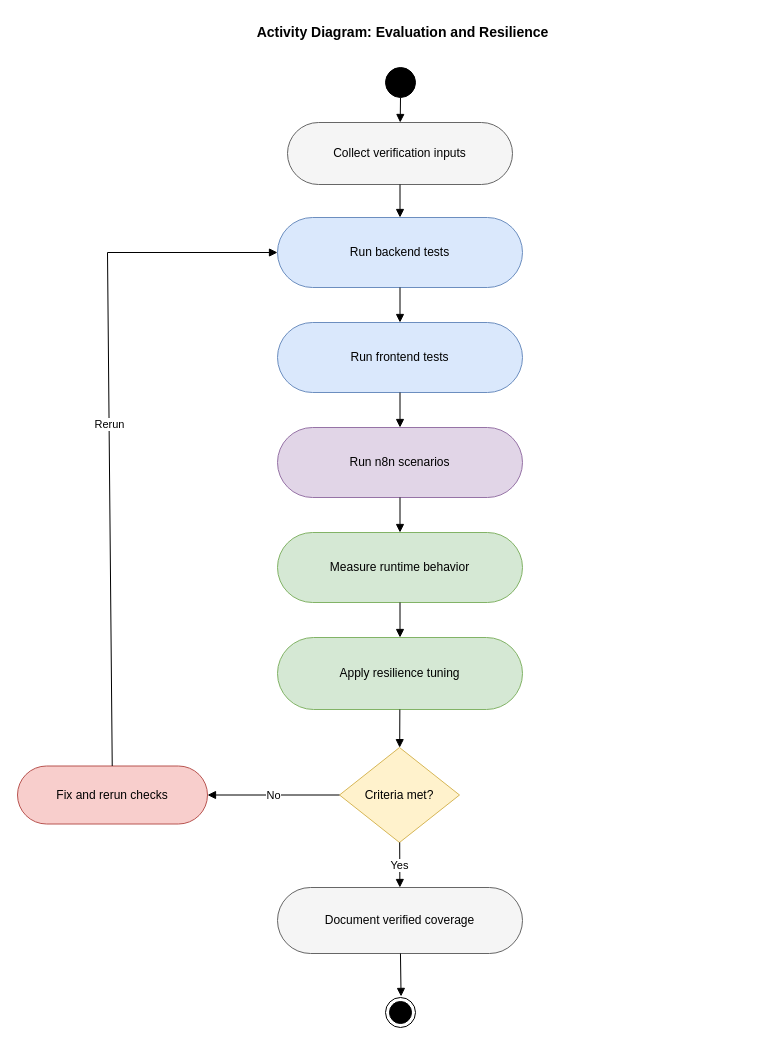
The draw.io diagram report-latex/figures/drawio/chapter6_evaluation_resilience_activity.drawio in Salmen-BA21/Queue-Wait-Time-Estimation, before the edit. Source tidied: cells renumbered, new cells numbered last; positions are measured from the earlier drawing's top-left corner, leaving out a move shared by most shapes. Both pictures are drawn from the tidied source at 100%, with x=0, y=0 at pixel (17, 17).
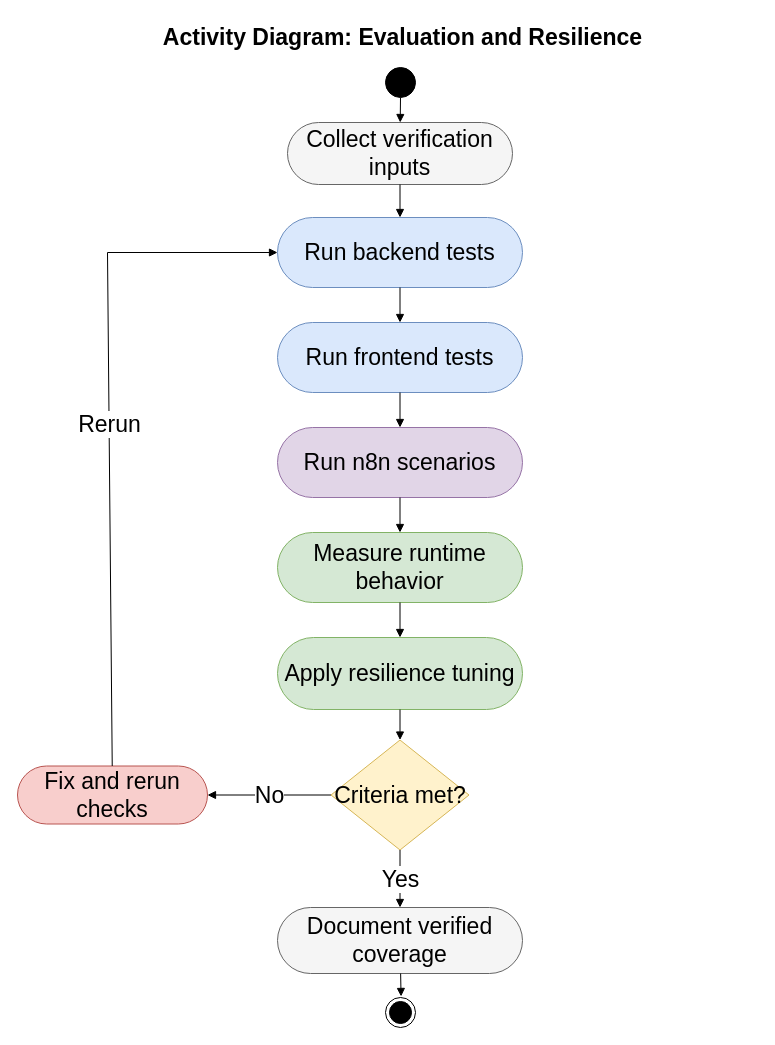
The same page after the edit.

Diff of the diagram source:
```diff
@@
-    <mxCell id="2" value="Activity Diagram: Evaluation and Resilience" style="text;fontSize=14;fontStyle=1;align=center;html=1;" parent="1" vertex="1">
+    <mxCell id="2" value="Activity Diagram: Evaluation and Resilience" style="text;fontSize=23;fontStyle=1;align=center;html=1;" parent="1" vertex="1">
       <mxGeometry x="30" width="710" height="30" as="geometry" />
     </mxCell>
-    <mxCell id="3" style="ellipse;shape=doubleEllipse;fillColor=#000000;html=1;" parent="1" vertex="1">
+    <mxCell id="3" style="ellipse;shape=doubleEllipse;fillColor=#000000;html=1;fontSize=23;" parent="1" vertex="1">
       <mxGeometry x="368" y="50" width="30" height="30" as="geometry" />
     </mxCell>
-    <mxCell id="4" value="Collect verification inputs" style="rounded=1;arcSize=50;fillColor=#f5f5f5;strokeColor=#666666;html=1;whiteSpace=wrap;align=center;verticalAlign=middle;" parent="1" vertex="1">
+    <mxCell id="4" value="Collect verification inputs" style="rounded=1;arcSize=50;fillColor=#f5f5f5;strokeColor=#666666;html=1;whiteSpace=wrap;align=center;verticalAlign=middle;fontSize=23;" parent="1" vertex="1">
       <mxGeometry x="270" y="105" width="225" height="62" as="geometry" />
     </mxCell>
-    <mxCell id="5" value="Run backend tests" style="rounded=1;arcSize=50;fillColor=#dae8fc;strokeColor=#6c8ebf;html=1;whiteSpace=wrap;align=center;verticalAlign=middle;" parent="1" vertex="1">
+    <mxCell id="5" value="Run backend tests" style="rounded=1;arcSize=50;fillColor=#dae8fc;strokeColor=#6c8ebf;html=1;whiteSpace=wrap;align=center;verticalAlign=middle;fontSize=23;" parent="1" vertex="1">
       <mxGeometry x="260" y="200" width="245" height="70" as="geometry" />
     </mxCell>
-    <mxCell id="6" value="Run frontend tests" style="rounded=1;arcSize=50;fillColor=#dae8fc;strokeColor=#6c8ebf;html=1;whiteSpace=wrap;align=center;verticalAlign=middle;" parent="1" vertex="1">
+    <mxCell id="6" value="Run frontend tests" style="rounded=1;arcSize=50;fillColor=#dae8fc;strokeColor=#6c8ebf;html=1;whiteSpace=wrap;align=center;verticalAlign=middle;fontSize=23;" parent="1" vertex="1">
       <mxGeometry x="260" y="305" width="245" height="70" as="geometry" />
     </mxCell>
-    <mxCell id="7" value="Run n8n scenarios" style="rounded=1;arcSize=50;fillColor=#e1d5e7;strokeColor=#9673a6;html=1;whiteSpace=wrap;align=center;verticalAlign=middle;" parent="1" vertex="1">
+    <mxCell id="7" value="Run n8n scenarios" style="rounded=1;arcSize=50;fillColor=#e1d5e7;strokeColor=#9673a6;html=1;whiteSpace=wrap;align=center;verticalAlign=middle;fontSize=23;" parent="1" vertex="1">
       <mxGeometry x="260" y="410" width="245" height="70" as="geometry" />
     </mxCell>
-    <mxCell id="8" value="Measure runtime behavior" style="rounded=1;arcSize=50;fillColor=#d5e8d4;strokeColor=#82b366;html=1;whiteSpace=wrap;align=center;verticalAlign=middle;" parent="1" vertex="1">
+    <mxCell id="8" value="Measure runtime behavior" style="rounded=1;arcSize=50;fillColor=#d5e8d4;strokeColor=#82b366;html=1;whiteSpace=wrap;align=center;verticalAlign=middle;fontSize=23;" parent="1" vertex="1">
       <mxGeometry x="260" y="515" width="245" height="70" as="geometry" />
     </mxCell>
-    <mxCell id="9" value="Apply resilience tuning" style="rounded=1;arcSize=50;fillColor=#d5e8d4;strokeColor=#82b366;html=1;whiteSpace=wrap;align=center;verticalAlign=middle;" parent="1" vertex="1">
+    <mxCell id="9" value="Apply resilience tuning" style="rounded=1;arcSize=50;fillColor=#d5e8d4;strokeColor=#82b366;html=1;whiteSpace=wrap;align=center;verticalAlign=middle;fontSize=23;" parent="1" vertex="1">
       <mxGeometry x="260" y="620" width="245" height="72" as="geometry" />
     </mxCell>
-    <mxCell id="10" value="Criteria met?" style="rhombus;fillColor=#fff2cc;strokeColor=#d6b656;html=1;whiteSpace=wrap;align=center;verticalAlign=middle;" parent="1" vertex="1">
-      <mxGeometry x="322" y="730" width="120" height="95" as="geometry" />
+    <mxCell id="10" value="Criteria met?" style="rhombus;fillColor=#fff2cc;strokeColor=#d6b656;html=1;whiteSpace=wrap;align=center;verticalAlign=middle;fontSize=23;" parent="1" vertex="1">
+      <mxGeometry x="313.5" y="722.5" width="138" height="110" as="geometry" />
     </mxCell>
-    <mxCell id="11" value="Fix and rerun checks" style="rounded=1;arcSize=50;fillColor=#f8cecc;strokeColor=#b85450;html=1;whiteSpace=wrap;align=center;verticalAlign=middle;" parent="1" vertex="1">
+    <mxCell id="11" value="Fix and rerun checks" style="rounded=1;arcSize=50;fillColor=#f8cecc;strokeColor=#b85450;html=1;whiteSpace=wrap;align=center;verticalAlign=middle;fontSize=23;" parent="1" vertex="1">
       <mxGeometry y="748.5" width="190" height="58" as="geometry" />
     </mxCell>
-    <mxCell id="12" value="Document verified coverage" style="rounded=1;arcSize=50;fillColor=#f5f5f5;strokeColor=#666666;html=1;whiteSpace=wrap;align=center;verticalAlign=middle;" parent="1" vertex="1">
-      <mxGeometry x="260" y="870" width="245" height="66" as="geometry" />
+    <mxCell id="12" value="Document verified coverage" style="rounded=1;arcSize=50;fillColor=#f5f5f5;strokeColor=#666666;html=1;whiteSpace=wrap;align=center;verticalAlign=middle;fontSize=23;" parent="1" vertex="1">
+      <mxGeometry x="260" y="890" width="245" height="66" as="geometry" />
     </mxCell>
-    <mxCell id="13" style="endArrow=block;html=1;rounded=0;" parent="1" edge="1" source="3" target="4">
+    <mxCell id="13" style="endArrow=block;html=1;rounded=0;fontSize=23;" parent="1" edge="1" source="3" target="4">
       <mxGeometry relative="1" as="geometry" />
     </mxCell>
-    <mxCell id="14" style="endArrow=block;html=1;rounded=0;" parent="1" edge="1" source="4" target="5">
+    <mxCell id="14" style="endArrow=block;html=1;rounded=0;fontSize=23;" parent="1" edge="1" source="4" target="5">
       <mxGeometry relative="1" as="geometry" />
     </mxCell>
-    <mxCell id="15" style="endArrow=block;html=1;rounded=0;" parent="1" edge="1" source="5" target="6">
+    <mxCell id="15" style="endArrow=block;html=1;rounded=0;fontSize=23;" parent="1" edge="1" source="5" target="6">
       <mxGeometry relative="1" as="geometry" />
     </mxCell>
-    <mxCell id="16" style="endArrow=block;html=1;rounded=0;" parent="1" edge="1" source="6" target="7">
+    <mxCell id="16" style="endArrow=block;html=1;rounded=0;fontSize=23;" parent="1" edge="1" source="6" target="7">
       <mxGeometry relative="1" as="geometry" />
     </mxCell>
-    <mxCell id="17" style="endArrow=block;html=1;rounded=0;" parent="1" edge="1" source="7" target="8">
+    <mxCell id="17" style="endArrow=block;html=1;rounded=0;fontSize=23;" parent="1" edge="1" source="7" target="8">
       <mxGeometry relative="1" as="geometry" />
     </mxCell>
-    <mxCell id="18" style="endArrow=block;html=1;rounded=0;" parent="1" edge="1" source="8" target="9">
+    <mxCell id="18" style="endArrow=block;html=1;rounded=0;fontSize=23;" parent="1" edge="1" source="8" target="9">
       <mxGeometry relative="1" as="geometry" />
     </mxCell>
-    <mxCell id="19" style="endArrow=block;html=1;rounded=0;" parent="1" edge="1" source="9" target="10">
+    <mxCell id="19" style="endArrow=block;html=1;rounded=0;fontSize=23;" parent="1" edge="1" source="9" target="10">
       <mxGeometry relative="1" as="geometry" />
     </mxCell>
-    <mxCell id="20" value="No" style="endArrow=block;html=1;rounded=0;" parent="1" edge="1" source="10" target="11">
+    <mxCell id="20" value="No" style="endArrow=block;html=1;rounded=0;fontSize=23;" parent="1" edge="1" source="10" target="11">
       <mxGeometry relative="1" as="geometry" />
     </mxCell>
-    <mxCell id="21" value="Rerun" style="endArrow=block;html=1;rounded=0;" parent="1" edge="1" source="11" target="5">
+    <mxCell id="21" value="Rerun" style="endArrow=block;html=1;rounded=0;fontSize=23;" parent="1" edge="1" source="11" target="5">
       <mxGeometry relative="1" as="geometry">
         <Array as="points">
           <mxPoint x="90" y="235" />
         </Array>
       </mxGeometry>
     </mxCell>
-    <mxCell id="22" value="Yes" style="endArrow=block;html=1;rounded=0;" parent="1" edge="1" source="10" target="12">
+    <mxCell id="22" value="Yes" style="endArrow=block;html=1;rounded=0;fontSize=23;" parent="1" edge="1" source="10" target="12">
       <mxGeometry relative="1" as="geometry" />
     </mxCell>
-    <mxCell id="23" style="endArrow=block;html=1;rounded=0;entryX=0.519;entryY=-0.035;entryDx=0;entryDy=0;entryPerimeter=0;" parent="1" edge="1" source="12" target="24">
+    <mxCell id="23" style="endArrow=block;html=1;rounded=0;entryX=0.519;entryY=-0.035;entryDx=0;entryDy=0;entryPerimeter=0;fontSize=23;" parent="1" edge="1" source="12" target="24">
       <mxGeometry relative="1" as="geometry" />
     </mxCell>
-    <mxCell id="24" style="ellipse;html=1;shape=endState;fillColor=strokeColor;" parent="1" vertex="1">
+    <mxCell id="24" style="ellipse;html=1;shape=endState;fillColor=strokeColor;fontSize=23;" parent="1" vertex="1">
       <mxGeometry x="368" y="980" width="30" height="30" as="geometry" />
     </mxCell>
```
